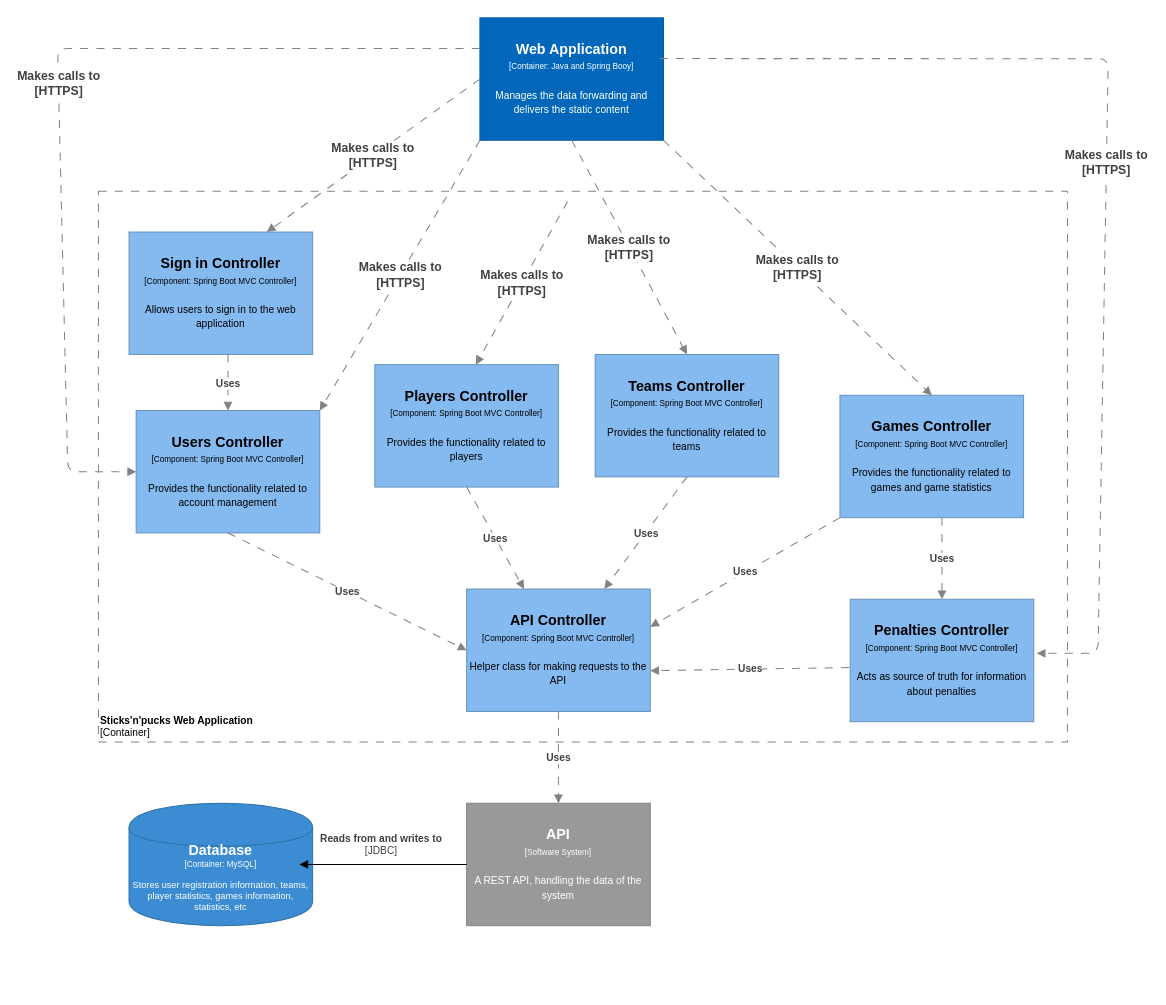
Before: page "Page-4" (4 of 4) of Untitled Diagram.drawio in karinakozarova/Sticks-n-pucks-C4, a draw.io diagram. Source tidied: cells renumbered, new cells numbered last; positions are measured from the earlier drawing's top-left corner, leaving out a move shared by most shapes. Both pictures are drawn from the tidied source at 102%, with x=0, y=0 at pixel (57, 17).
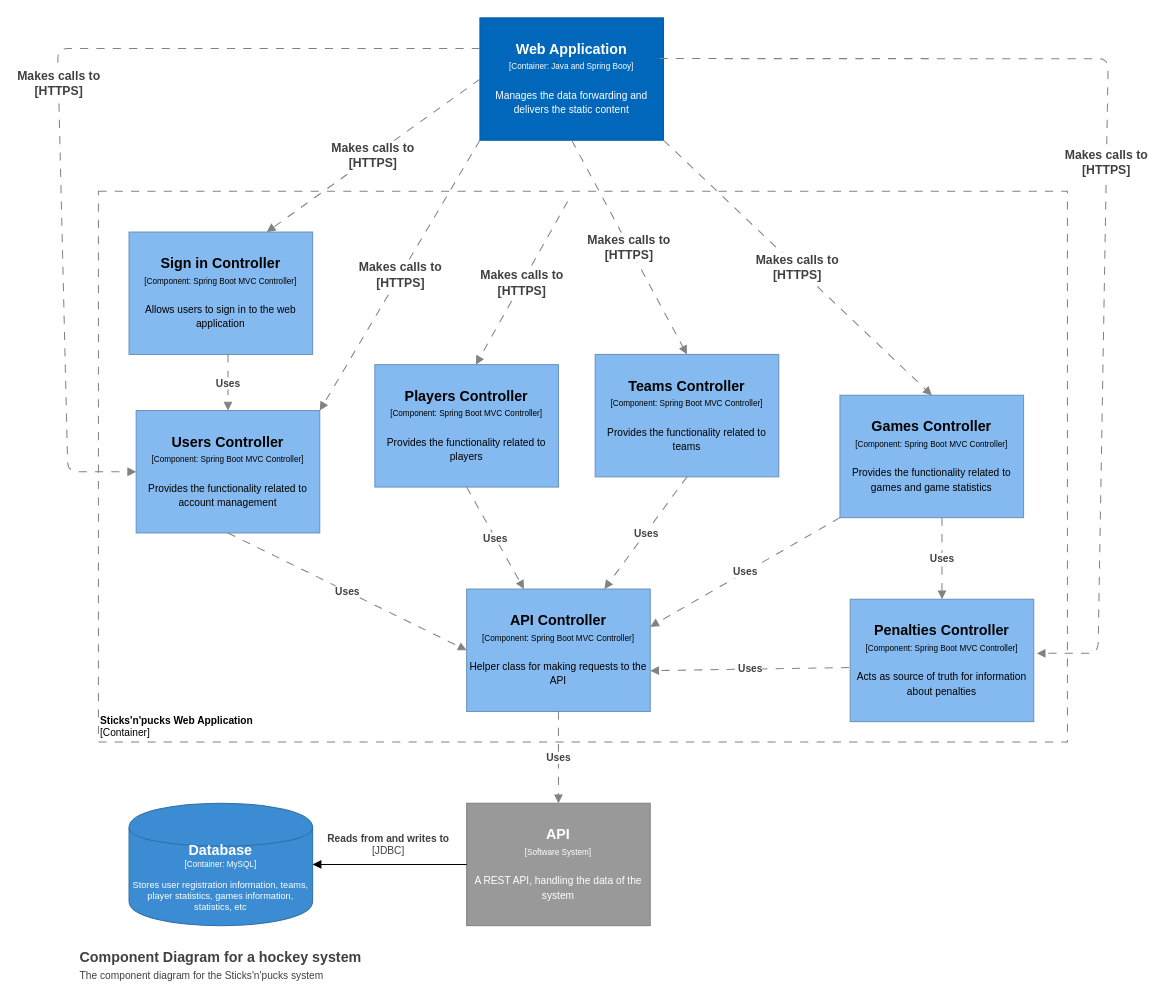
Above is the later version.

Commit message:
improved the components diagram

Unchanged cells that the change refers to:
```xml
<mxCell id="2" value="&lt;div style=&quot;color: rgb(255 , 255 , 255) ; white-space: normal&quot;&gt;&lt;span style=&quot;font-size: 14px&quot;&gt;&lt;b&gt;Database&lt;/b&gt;&lt;/span&gt;&lt;/div&gt;&lt;div style=&quot;color: rgb(255 , 255 , 255) ; white-space: normal&quot;&gt;&lt;span style=&quot;font-size: 8px&quot;&gt;[Container: MySQL]&lt;/span&gt;&lt;br&gt;&lt;/div&gt;&lt;div style=&quot;color: rgb(255 , 255 , 255) ; white-space: normal ; font-size: 8px&quot;&gt;&lt;font style=&quot;line-height: 9.6px&quot;&gt;&lt;br&gt;&lt;/font&gt;&lt;/div&gt;&lt;div style=&quot;color: rgb(255 , 255 , 255) ; white-space: normal&quot;&gt;Stores user registration information, teams, player statistics, games information, statistics, etc&lt;/div&gt;&lt;div style=&quot;color: rgb(255 , 255 , 255) ; white-space: normal&quot;&gt;&lt;br&gt;&lt;/div&gt;" style="shape=cylinder;whiteSpace=wrap;html=1;boundedLbl=1;backgroundOutline=1;strokeColor=#2F6FA6;strokeWidth=1;fillColor=#3B8CD2;fontSize=9;fontColor=#000000;align=center;" parent="1" vertex="1">
  <mxGeometry x="70" y="770" width="180" height="120" as="geometry" />
</mxCell>
<mxCell id="3" value="&lt;div&gt;&lt;span style=&quot;font-size: 14px&quot;&gt;&lt;b&gt;API&lt;/b&gt;&lt;/span&gt;&lt;/div&gt;&lt;div&gt;&lt;span style=&quot;font-size: 8px&quot;&gt;[Software System&lt;/span&gt;&lt;span style=&quot;font-size: 8px&quot;&gt;]&lt;/span&gt;&lt;br&gt;&lt;/div&gt;&lt;div&gt;&lt;span style=&quot;font-size: 8px&quot;&gt;&lt;br&gt;&lt;/span&gt;&lt;/div&gt;&lt;div&gt;&lt;font size=&quot;1&quot;&gt;A REST API, handling the data of the system&lt;/font&gt;&lt;/div&gt;" style="rounded=0;whiteSpace=wrap;html=1;fillColor=#999999;fontColor=#FFFFFF;strokeColor=#828282;" parent="1" vertex="1">
  <mxGeometry x="401" y="770" width="180" height="120" as="geometry" />
</mxCell>
```

What changed in the source:
```diff
@@
-    <mxCell id="20" value="&lt;b&gt;Reads from and writes to&lt;br&gt;&lt;/b&gt;&lt;span style=&quot;font-size: 10px&quot;&gt;[JDBC]&lt;br&gt;&lt;/span&gt;" style="endArrow=block;html=1;fontSize=10;fontColor=#404040;strokeWidth=1;endFill=1;elbow=vertical;entryX=1;entryY=0.5;entryDx=0;entryDy=0;exitX=0;exitY=0.5;exitDx=0;exitDy=0;" parent="1" edge="1" source="3">
-      <mxGeometry x="0.02" y="-20" relative="1" as="geometry">
-        <mxPoint x="237" y="830" as="targetPoint" />
-      </mxGeometry>
+    <mxCell id="20" value="&lt;b&gt;Reads from and writes to&lt;br&gt;&lt;/b&gt;&lt;span style=&quot;font-size: 10px&quot;&gt;[JDBC]&lt;br&gt;&lt;/span&gt;" style="endArrow=block;html=1;fontSize=10;fontColor=#404040;strokeWidth=1;endFill=1;elbow=vertical;exitX=0;exitY=0.5;exitDx=0;exitDy=0;entryX=1;entryY=0.5;entryDx=0;entryDy=0;" parent="1" edge="1" source="3" target="2">
+      <mxGeometry x="0.02" y="-20" relative="1" as="geometry" />
     </mxCell>
@@
+    <mxCell id="29" value="Component Diagram for a hockey system&lt;br&gt;&lt;span style=&quot;font-size: x-small ; font-weight: 400&quot;&gt;The component diagram for the Sticks'n'pucks system&lt;/span&gt;" style="text;html=1;align=left;verticalAlign=top;spacingTop=-4;fontSize=14;fontColor=#404040;fontStyle=1;" parent="1" vertex="1">
+      <mxGeometry x="20" y="910" width="290" height="40" as="geometry" />
+    </mxCell>
```
